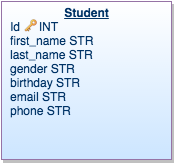
This is students.png from arctic-fox-2016/schema-student-roster, a draw.io export, as it was before one commit. Source tidied: cells renumbered, new cells last; positions are measured from the earlier drawing's top-left corner, leaving out a move shared by most shapes. Its diagram source:
```xml
<mxGraphModel background="#ffffff">
  <root>
    <mxCell id="0" style="html=1;" />
    <mxCell id="1" style="html=1;" parent="0" />
    <mxCell id="2" value="&lt;p style=&quot;margin: 0px ; margin-top: 4px ; text-align: center ; text-decoration: underline&quot;&gt;&lt;strong&gt;Student&lt;/strong&gt;&lt;/p&gt;&lt;p style=&quot;margin: 0px ; margin-left: 8px&quot;&gt;Id&amp;nbsp;&lt;span&gt;🔑 INT&lt;/span&gt;&lt;/p&gt;&lt;p style=&quot;margin: 0px ; margin-left: 8px&quot;&gt;first_name STR&lt;/p&gt;&lt;p style=&quot;margin: 0px ; margin-left: 8px&quot;&gt;last_name STR&lt;/p&gt;&lt;p style=&quot;margin: 0px ; margin-left: 8px&quot;&gt;gender STR&lt;/p&gt;&lt;p style=&quot;margin: 0px ; margin-left: 8px&quot;&gt;birthday STR&lt;/p&gt;&lt;p style=&quot;margin: 0px ; margin-left: 8px&quot;&gt;email STR&lt;/p&gt;&lt;p style=&quot;margin: 0px ; margin-left: 8px&quot;&gt;phone STR&lt;/p&gt;" style="verticalAlign=top;align=left;overflow=fill;fontSize=12;fontFamily=Helvetica;html=1;strokeColor=#9673a6;shadow=1;fillColor=#CCE5FF;fontColor=#003366;gradientColor=#ffffff;gradientDirection=north;" parent="1" vertex="1">
      <mxGeometry width="170" height="158" as="geometry" />
    </mxCell>
  </root>
</mxGraphModel>
```
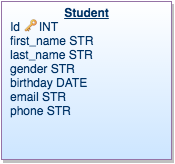
Later version of the same file.

Diff of the diagram source:
```diff
@@ -2,7 +2,7 @@
   <root>
     <mxCell id="0" style="html=1;" />
     <mxCell id="1" style="html=1;" parent="0" />
-    <mxCell id="2" value="&lt;p style=&quot;margin: 0px ; margin-top: 4px ; text-align: center ; text-decoration: underline&quot;&gt;&lt;strong&gt;Student&lt;/strong&gt;&lt;/p&gt;&lt;p style=&quot;margin: 0px ; margin-left: 8px&quot;&gt;Id&amp;nbsp;&lt;span&gt;🔑 INT&lt;/span&gt;&lt;/p&gt;&lt;p style=&quot;margin: 0px ; margin-left: 8px&quot;&gt;first_name STR&lt;/p&gt;&lt;p style=&quot;margin: 0px ; margin-left: 8px&quot;&gt;last_name STR&lt;/p&gt;&lt;p style=&quot;margin: 0px ; margin-left: 8px&quot;&gt;gender STR&lt;/p&gt;&lt;p style=&quot;margin: 0px ; margin-left: 8px&quot;&gt;birthday STR&lt;/p&gt;&lt;p style=&quot;margin: 0px ; margin-left: 8px&quot;&gt;email STR&lt;/p&gt;&lt;p style=&quot;margin: 0px ; margin-left: 8px&quot;&gt;phone STR&lt;/p&gt;" style="verticalAlign=top;align=left;overflow=fill;fontSize=12;fontFamily=Helvetica;html=1;strokeColor=#9673a6;shadow=1;fillColor=#CCE5FF;fontColor=#003366;gradientColor=#ffffff;gradientDirection=north;" parent="1" vertex="1">
+    <mxCell id="2" value="&lt;p style=&quot;margin: 0px ; margin-top: 4px ; text-align: center ; text-decoration: underline&quot;&gt;&lt;strong&gt;Student&lt;/strong&gt;&lt;/p&gt;&lt;p style=&quot;margin: 0px ; margin-left: 8px&quot;&gt;Id&amp;nbsp;&lt;span&gt;🔑 INT&lt;/span&gt;&lt;/p&gt;&lt;p style=&quot;margin: 0px ; margin-left: 8px&quot;&gt;first_name STR&lt;/p&gt;&lt;p style=&quot;margin: 0px ; margin-left: 8px&quot;&gt;last_name STR&lt;/p&gt;&lt;p style=&quot;margin: 0px ; margin-left: 8px&quot;&gt;gender STR&lt;/p&gt;&lt;p style=&quot;margin: 0px ; margin-left: 8px&quot;&gt;birthday DATE&lt;/p&gt;&lt;p style=&quot;margin: 0px ; margin-left: 8px&quot;&gt;email STR&lt;/p&gt;&lt;p style=&quot;margin: 0px ; margin-left: 8px&quot;&gt;phone STR&lt;/p&gt;" style="verticalAlign=top;align=left;overflow=fill;fontSize=12;fontFamily=Helvetica;html=1;strokeColor=#9673a6;shadow=1;fillColor=#CCE5FF;fontColor=#003366;gradientColor=#ffffff;gradientDirection=north;" parent="1" vertex="1">
       <mxGeometry width="170" height="158" as="geometry" />
     </mxCell>
   </root>
```
